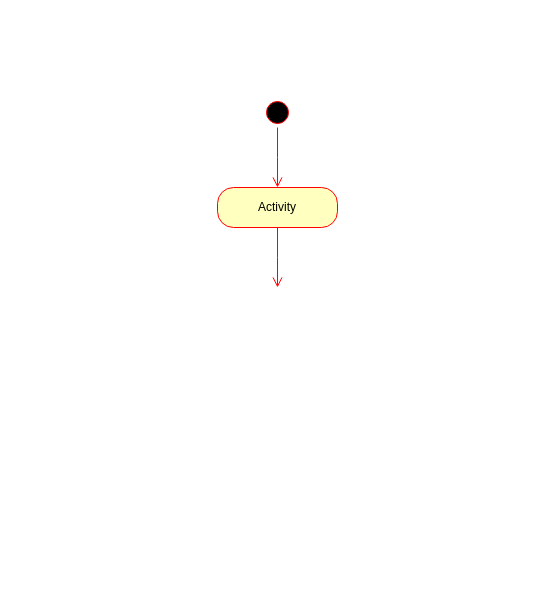
This is page "Page-3" (3 of 3) of Untitled Diagram.drawio from rizalazky/shop, a draw.io file, before an edit. Source tidied: cells renumbered, new cells numbered last; positions are measured from the earlier drawing's top-left corner, leaving out a move shared by most shapes. Both pictures are drawn from the tidied source at 100%, with x=0, y=0 at pixel (217, 97).
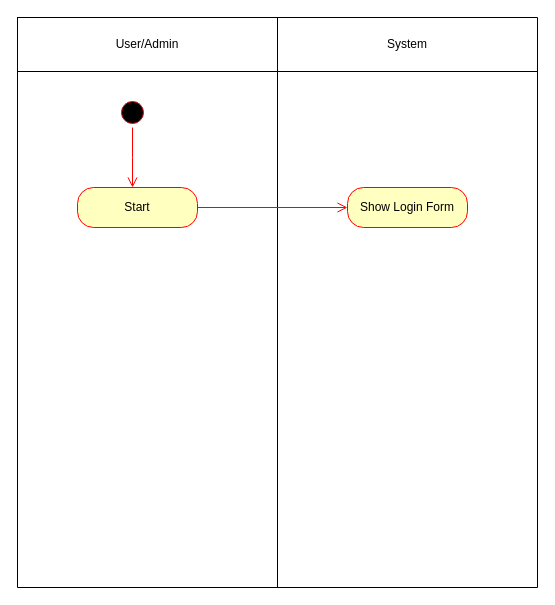
After the change.

The edit, as a diff of the source:
```diff
@@
 <mxGraphModel>
   <root>
     <mxCell id="0" />
     <mxCell id="1" parent="0" />
-    <mxCell id="2" style="ellipse;html=1;shape=startState;fillColor=#000000;strokeColor=#ff0000;" parent="1" vertex="1">
-      <mxGeometry x="45" width="30" height="30" as="geometry" />
-    </mxCell>
-    <mxCell id="3" style="edgeStyle=orthogonalEdgeStyle;html=1;verticalAlign=bottom;endArrow=open;endSize=8;strokeColor=#ff0000;rounded=0;" parent="1" edge="1" source="2">
-      <mxGeometry relative="1" as="geometry">
-        <mxPoint x="60" y="90" as="targetPoint" />
-      </mxGeometry>
-    </mxCell>
     <mxCell id="4" value="Activity" style="rounded=1;whiteSpace=wrap;html=1;arcSize=40;fontColor=#000000;fillColor=#ffffc0;strokeColor=#ff0000;" parent="1" vertex="1">
       <mxGeometry y="90" width="120" height="40" as="geometry" />
     </mxCell>
-    <mxCell id="5" style="edgeStyle=orthogonalEdgeStyle;html=1;verticalAlign=bottom;endArrow=open;endSize=8;strokeColor=#ff0000;rounded=0;" parent="1" edge="1" source="4">
-      <mxGeometry relative="1" as="geometry">
-        <mxPoint x="60" y="190" as="targetPoint" />
-      </mxGeometry>
-    </mxCell>
+    <mxCell id="6" style="shape=table;startSize=0;childLayout=tableLayout;" parent="1" vertex="1">
+      <mxGeometry x="-200" y="-80" width="520" height="570" as="geometry" />
+    </mxCell>
+    <mxCell id="7" style="shape=tableRow;horizontal=0;startSize=0;swimlaneHead=0;swimlaneBody=0;top=0;left=0;bottom=0;right=0;fillColor=none;" parent="6" vertex="1">
+      <mxGeometry width="520" height="54" as="geometry" />
+    </mxCell>
+    <mxCell id="8" value="User/Admin" style="shape=partialRectangle;html=1;whiteSpace=wrap;overflow=hidden;fillColor=none;top=0;left=0;bottom=0;right=0;" parent="7" vertex="1">
+      <mxGeometry width="260" height="54" as="geometry" />
+    </mxCell>
+    <mxCell id="9" value="System" style="shape=partialRectangle;html=1;whiteSpace=wrap;overflow=hidden;fillColor=none;top=0;left=0;bottom=0;right=0;" parent="7" vertex="1">
+      <mxGeometry x="260" width="260" height="54" as="geometry" />
+    </mxCell>
+    <mxCell id="10" style="shape=tableRow;horizontal=0;startSize=0;swimlaneHead=0;swimlaneBody=0;top=0;left=0;bottom=0;right=0;fillColor=none;" parent="6" vertex="1">
+      <mxGeometry y="54" width="520" height="516" as="geometry" />
+    </mxCell>
+    <mxCell id="11" style="shape=partialRectangle;html=1;whiteSpace=wrap;overflow=hidden;fillColor=none;top=0;left=0;bottom=0;right=0;" parent="10" vertex="1">
+      <mxGeometry width="260" height="516" as="geometry" />
+    </mxCell>
+    <mxCell id="12" style="shape=partialRectangle;html=1;whiteSpace=wrap;overflow=hidden;fillColor=none;top=0;left=0;bottom=0;right=0;" parent="10" vertex="1">
+      <mxGeometry x="260" width="260" height="516" as="geometry" />
+    </mxCell>
+    <mxCell id="13" style="ellipse;html=1;shape=startState;fillColor=#000000;strokeColor=#ff0000;" parent="1" vertex="1">
+      <mxGeometry x="-100" width="30" height="30" as="geometry" />
+    </mxCell>
+    <mxCell id="14" style="edgeStyle=orthogonalEdgeStyle;html=1;verticalAlign=bottom;endArrow=open;endSize=8;strokeColor=#ff0000;rounded=0;" parent="1" edge="1" source="13">
+      <mxGeometry relative="1" as="geometry">
+        <mxPoint x="-85" y="90" as="targetPoint" />
+      </mxGeometry>
+    </mxCell>
+    <mxCell id="15" value="Show Login Form" style="rounded=1;whiteSpace=wrap;html=1;arcSize=40;fontColor=#000000;fillColor=#ffffc0;strokeColor=#ff0000;" parent="1" vertex="1">
+      <mxGeometry x="130" y="90" width="120" height="40" as="geometry" />
+    </mxCell>
+    <mxCell id="16" value="Start" style="rounded=1;whiteSpace=wrap;html=1;arcSize=40;fontColor=#000000;fillColor=#ffffc0;strokeColor=#ff0000;" parent="1" vertex="1">
+      <mxGeometry x="-140" y="90" width="120" height="40" as="geometry" />
+    </mxCell>
+    <mxCell id="17" style="edgeStyle=orthogonalEdgeStyle;html=1;verticalAlign=bottom;endArrow=open;endSize=8;strokeColor=#ff0000;rounded=0;entryX=0;entryY=0.5;entryDx=0;entryDy=0;" parent="1" edge="1" source="16" target="15">
+      <mxGeometry relative="1" as="geometry" />
+    </mxCell>
   </root>
 </mxGraphModel>
```
